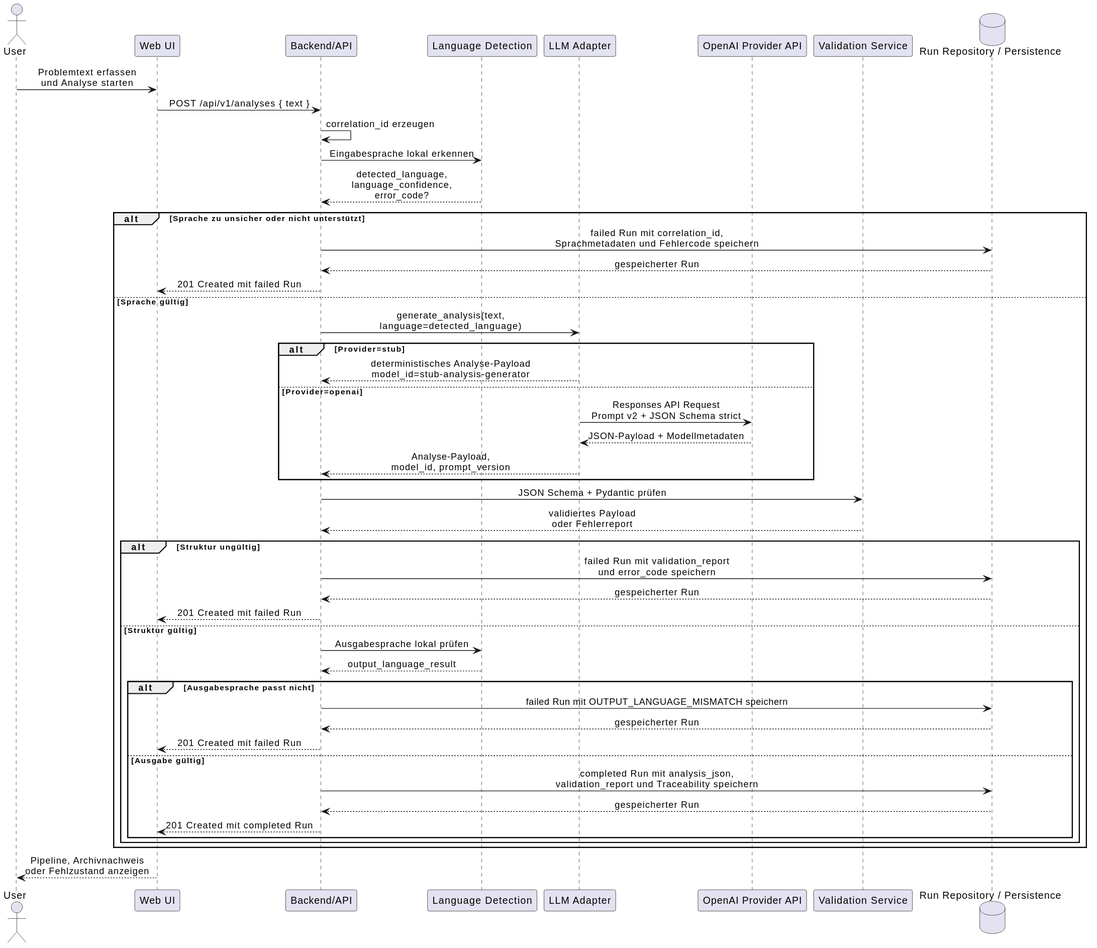
Earlier version of the PlantUML export docs/diagrams/rendered/uj1-sequence.svg (r0brt/scm-01).
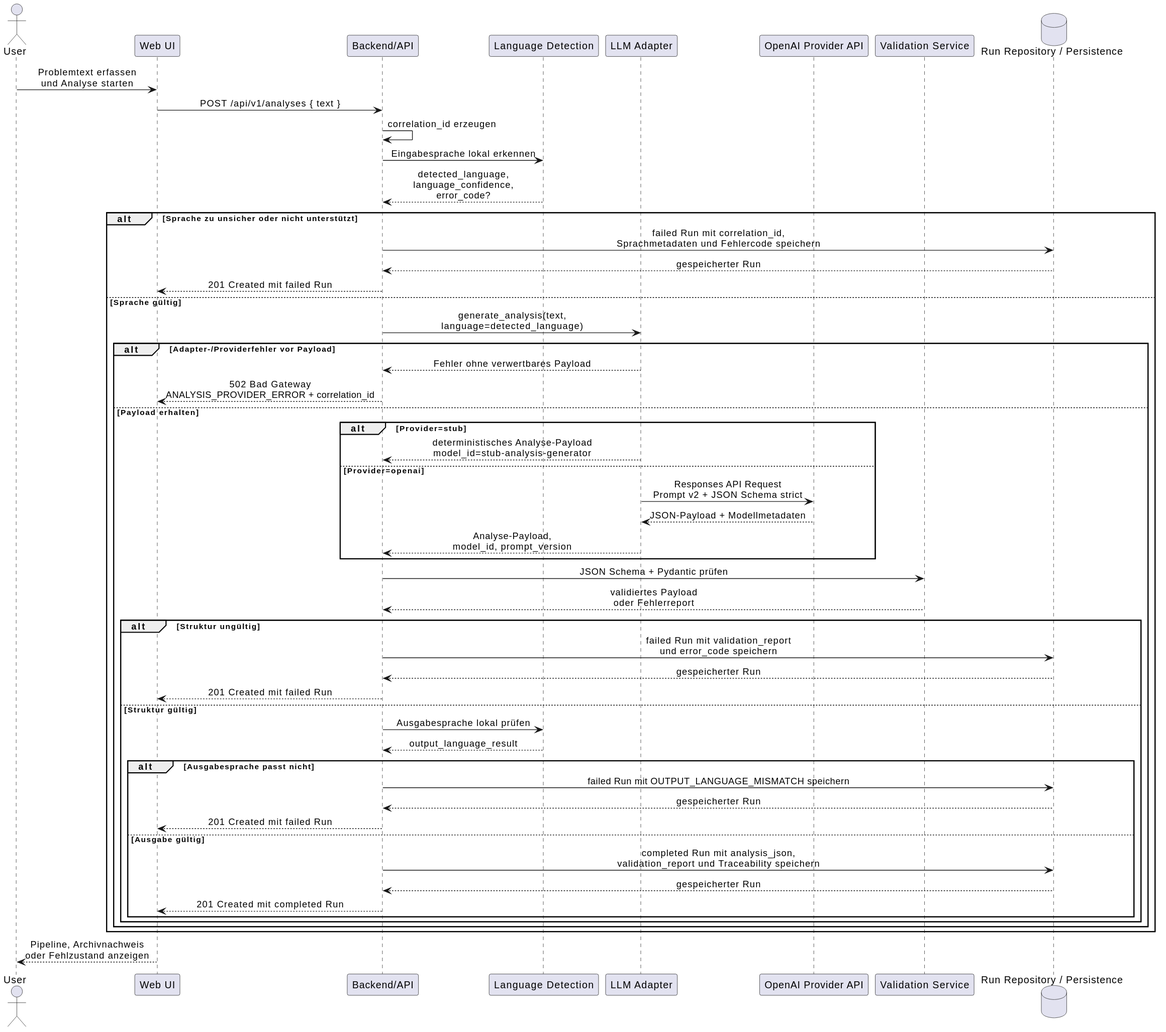
After the change.

Diff of the diagram source:
```diff
@@ -24,32 +24,37 @@
   api --> frontend : 201 Created mit failed Run
 else Sprache gültig
   api -> adapter : generate_analysis(text,\nlanguage=detected_language)
-  alt Provider=stub
-    adapter --> api : deterministisches Analyse-Payload\nmodel_id=stub-analysis-generator
-  else Provider=openai
-    adapter -> openai : Responses API Request\nPrompt v2 + JSON Schema strict
-    openai --> adapter : JSON-Payload + Modellmetadaten
-    adapter --> api : Analyse-Payload,\nmodel_id, prompt_version
-  end
+  alt Adapter-/Providerfehler vor Payload
+    adapter --> api : Fehler ohne verwertbares Payload
+    api --> frontend : 502 Bad Gateway\nANALYSIS_PROVIDER_ERROR + correlation_id
+  else Payload erhalten
+    alt Provider=stub
+      adapter --> api : deterministisches Analyse-Payload\nmodel_id=stub-analysis-generator
+    else Provider=openai
+      adapter -> openai : Responses API Request\nPrompt v2 + JSON Schema strict
+      openai --> adapter : JSON-Payload + Modellmetadaten
+      adapter --> api : Analyse-Payload,\nmodel_id, prompt_version
+    end
 
-  api -> validation : JSON Schema + Pydantic prüfen
-  validation --> api : validiertes Payload\noder Fehlerreport
+    api -> validation : JSON Schema + Pydantic prüfen
+    validation --> api : validiertes Payload\noder Fehlerreport
 
-  alt Struktur ungültig
-    api -> persistence : failed Run mit validation_report\nund error_code speichern
-    persistence --> api : gespeicherter Run
-    api --> frontend : 201 Created mit failed Run
-  else Struktur gültig
-    api -> detector : Ausgabesprache lokal prüfen
-    detector --> api : output_language_result
-    alt Ausgabesprache passt nicht
-      api -> persistence : failed Run mit OUTPUT_LANGUAGE_MISMATCH speichern
+    alt Struktur ungültig
+      api -> persistence : failed Run mit validation_report\nund error_code speichern
       persistence --> api : gespeicherter Run
       api --> frontend : 201 Created mit failed Run
-    else Ausgabe gültig
-      api -> persistence : completed Run mit analysis_json,\nvalidation_report und Traceability speichern
-      persistence --> api : gespeicherter Run
-      api --> frontend : 201 Created mit completed Run
+    else Struktur gültig
+      api -> detector : Ausgabesprache lokal prüfen
+      detector --> api : output_language_result
+      alt Ausgabesprache passt nicht
+        api -> persistence : failed Run mit OUTPUT_LANGUAGE_MISMATCH speichern
+        persistence --> api : gespeicherter Run
+        api --> frontend : 201 Created mit failed Run
+      else Ausgabe gültig
+        api -> persistence : completed Run mit analysis_json,\nvalidation_report und Traceability speichern
+        persistence --> api : gespeicherter Run
+        api --> frontend : 201 Created mit completed Run
+      end
     end
   end
 end
```
